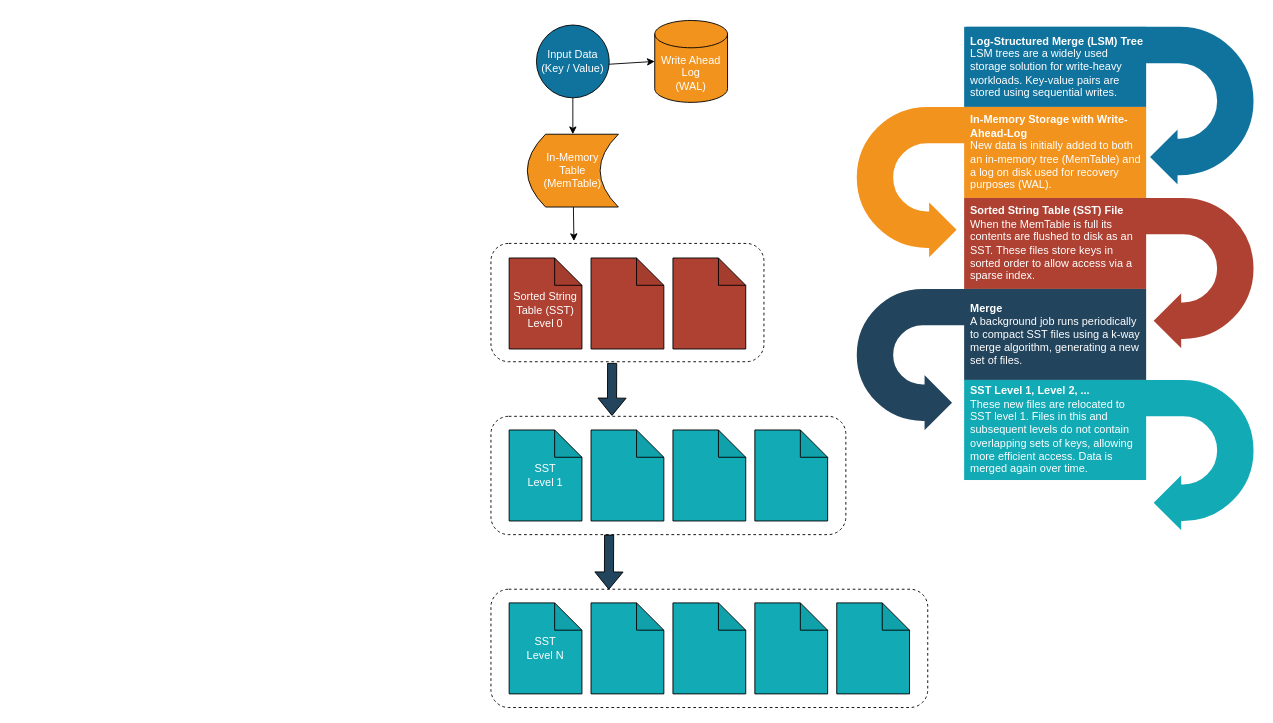
Above: page "Data Structures" (1 of 4) of docs/lsm.drawio in justinethier/keyva (draw.io), before the change. Source tidied: cells renumbered, new cells numbered last; positions are measured from the earlier drawing's top-left corner, leaving out a move shared by most shapes. Both pictures are drawn from the tidied source at 91%, with x=0, y=0 at pixel (490, 20).
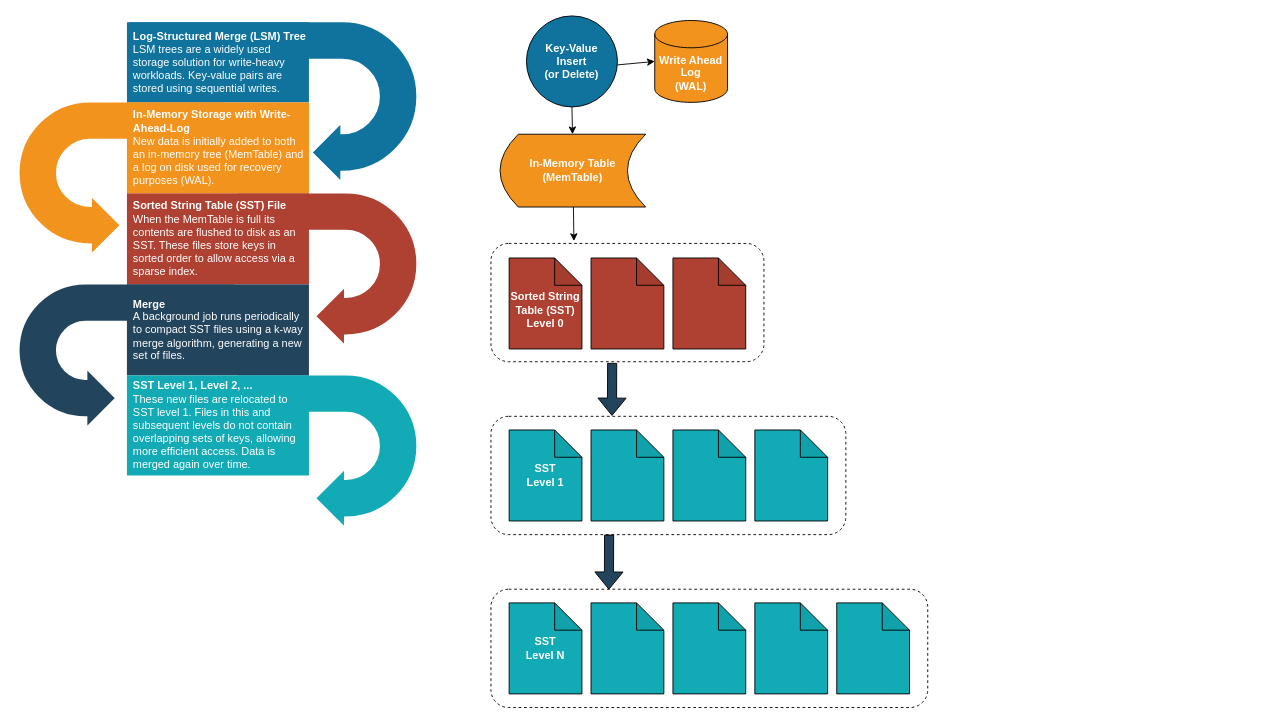
The same diagram, later.

Commit message (it also covers changes not shown here):
Re-arrange diagram

Change to the diagram source:
```diff
@@
-    <mxCell id="2" value="Write Ahead Log&lt;br style=&quot;font-size: 12px;&quot;&gt;(WAL)" style="shape=cylinder3;whiteSpace=wrap;html=1;boundedLbl=1;backgroundOutline=1;size=15;fillColor=#F2931E;fontColor=#FFFFFF;fontSize=12;" parent="1" vertex="1">
+    <mxCell id="2" value="Write Ahead Log&lt;br style=&quot;font-size: 12px;&quot;&gt;(WAL)" style="shape=cylinder3;whiteSpace=wrap;html=1;boundedLbl=1;backgroundOutline=1;size=15;fillColor=#F2931E;fontColor=#FFFFFF;fontSize=12;fontStyle=1;" parent="1" vertex="1">
       <mxGeometry x="180" width="80" height="90" as="geometry" />
     </mxCell>
-    <mxCell id="3" value="In-Memory &lt;br style=&quot;font-size: 12px;&quot;&gt;Table&lt;br style=&quot;font-size: 12px;&quot;&gt;(MemTable)" style="shape=dataStorage;whiteSpace=wrap;html=1;fixedSize=1;fillColor=#F2931E;fontColor=#FFFFFF;fontSize=12;" parent="1" vertex="1">
-      <mxGeometry x="40" y="125" width="100" height="80" as="geometry" />
+    <mxCell id="3" value="In-Memory Table&lt;br style=&quot;font-size: 12px&quot;&gt;(MemTable)" style="shape=dataStorage;whiteSpace=wrap;html=1;fixedSize=1;fillColor=#F2931E;fontColor=#FFFFFF;fontSize=12;fontStyle=1;" parent="1" vertex="1">
+      <mxGeometry x="10" y="125" width="160" height="80" as="geometry" />
     </mxCell>
-    <mxCell id="4" value="Input Data&lt;br style=&quot;font-size: 12px;&quot;&gt;(Key / Value)" style="ellipse;whiteSpace=wrap;html=1;fillColor=#10739E;fontColor=#FFFFFF;fontSize=12;" parent="1" vertex="1">
-      <mxGeometry x="50" y="5" width="80" height="80" as="geometry" />
+    <mxCell id="4" value="&lt;div&gt;Key-Value&lt;/div&gt;&lt;div&gt;Insert&lt;/div&gt;&lt;div&gt;(or Delete)&lt;br&gt;&lt;/div&gt;" style="ellipse;whiteSpace=wrap;html=1;fillColor=#10739E;fontColor=#FFFFFF;fontSize=12;fontStyle=1;" parent="1" vertex="1">
+      <mxGeometry x="39" y="-5" width="100" height="100" as="geometry" />
     </mxCell>
@@
-    <mxCell id="8" value="&lt;div style=&quot;font-size: 12px;&quot;&gt;&lt;br style=&quot;font-size: 12px;&quot;&gt;&lt;/div&gt;&lt;div style=&quot;font-size: 12px;&quot;&gt;Sorted String Table (SST)&lt;br style=&quot;font-size: 12px;&quot;&gt;&lt;/div&gt;&lt;div style=&quot;font-size: 12px;&quot;&gt;Level 0&lt;br style=&quot;font-size: 12px;&quot;&gt;&lt;/div&gt;" style="shape=note;whiteSpace=wrap;html=1;backgroundOutline=1;darkOpacity=0.05;fillColor=#AE4132;fontColor=#FFFFFF;fontSize=12;" parent="1" vertex="1">
+    <mxCell id="8" value="&lt;div style=&quot;font-size: 12px;&quot;&gt;&lt;br style=&quot;font-size: 12px;&quot;&gt;&lt;/div&gt;&lt;div style=&quot;font-size: 12px;&quot;&gt;Sorted String Table (SST)&lt;br style=&quot;font-size: 12px;&quot;&gt;&lt;/div&gt;&lt;div style=&quot;font-size: 12px;&quot;&gt;Level 0&lt;br style=&quot;font-size: 12px;&quot;&gt;&lt;/div&gt;" style="shape=note;whiteSpace=wrap;html=1;backgroundOutline=1;darkOpacity=0.05;fillColor=#AE4132;fontColor=#FFFFFF;fontSize=12;fontStyle=1;" parent="1" vertex="1">
       <mxGeometry x="20" y="261" width="80" height="100" as="geometry" />
     </mxCell>
@@
-    <mxCell id="12" value="&lt;div style=&quot;font-size: 12px;&quot;&gt;SST&lt;/div&gt;&lt;div style=&quot;font-size: 12px;&quot;&gt;Level 1&lt;br style=&quot;font-size: 12px;&quot;&gt;&lt;/div&gt;" style="shape=note;whiteSpace=wrap;html=1;backgroundOutline=1;darkOpacity=0.05;fontColor=#FFFFFF;fillColor=#12AAB5;fontSize=12;" parent="1" vertex="1">
+    <mxCell id="12" value="&lt;div style=&quot;font-size: 12px;&quot;&gt;SST&lt;/div&gt;&lt;div style=&quot;font-size: 12px;&quot;&gt;Level 1&lt;br style=&quot;font-size: 12px;&quot;&gt;&lt;/div&gt;" style="shape=note;whiteSpace=wrap;html=1;backgroundOutline=1;darkOpacity=0.05;fontColor=#FFFFFF;fillColor=#12AAB5;fontSize=12;fontStyle=1;" parent="1" vertex="1">
       <mxGeometry x="20" y="450" width="80" height="100" as="geometry" />
     </mxCell>
@@
     <mxCell id="14" style="html=1;shadow=0;dashed=0;align=center;verticalAlign=middle;shape=mxgraph.arrows2.uTurnArrow;dy=22;arrowHead=70;dx2=35;strokeColor=#ffffff;fillColor=#12AAB5;fontSize=12;fontColor=#3333FF;flipH=1;flipV=1;strokeWidth=4;" parent="1" vertex="1">
-      <mxGeometry x="640" y="393" width="200" height="172" as="geometry" />
+      <mxGeometry x="-280" y="388" width="200" height="172" as="geometry" />
     </mxCell>
     <mxCell id="15" style="html=1;shadow=0;dashed=0;align=center;verticalAlign=middle;shape=mxgraph.arrows2.uTurnArrow;dy=22;arrowHead=70;dx2=35;strokeColor=#ffffff;fillColor=#23445D;fontSize=12;fontColor=#3333FF;flipV=1;strokeWidth=4;" parent="1" vertex="1">
-      <mxGeometry x="400" y="293" width="240" height="162" as="geometry" />
+      <mxGeometry x="-520" y="288" width="240" height="162" as="geometry" />
     </mxCell>
     <mxCell id="16" style="html=1;shadow=0;dashed=0;align=center;verticalAlign=middle;shape=mxgraph.arrows2.uTurnArrow;dy=22;arrowHead=70;dx2=35;strokeColor=#ffffff;fillColor=#AE4132;fontSize=12;fontColor=#3333FF;flipH=1;flipV=1;strokeWidth=4;" parent="1" vertex="1">
-      <mxGeometry x="640" y="193" width="200" height="172" as="geometry" />
+      <mxGeometry x="-280" y="188" width="200" height="172" as="geometry" />
     </mxCell>
     <mxCell id="17" style="html=1;shadow=0;dashed=0;align=center;verticalAlign=middle;shape=mxgraph.arrows2.uTurnArrow;dy=22;arrowHead=70;dx2=35;strokeColor=#ffffff;fillColor=#F2931E;fontSize=12;fontColor=#3333FF;flipV=1;strokeWidth=4;labelBorderColor=default;" parent="1" vertex="1">
-      <mxGeometry x="400" y="93" width="230" height="172" as="geometry" />
+      <mxGeometry x="-520" y="88" width="230" height="172" as="geometry" />
     </mxCell>
     <mxCell id="18" style="html=1;shadow=0;dashed=0;align=center;verticalAlign=middle;shape=mxgraph.arrows2.uTurnArrow;dy=22;arrowHead=70;dx2=35;strokeColor=#ffffff;fillColor=#10739E;fontSize=12;fontColor=#3333FF;flipH=1;flipV=1;strokeWidth=4;" parent="1" vertex="1">
-      <mxGeometry x="520" y="5" width="320" height="180" as="geometry" />
+      <mxGeometry x="-400" width="320" height="180" as="geometry" />
     </mxCell>
     <mxCell id="19" value="&lt;b style=&quot;font-size: 12px;&quot;&gt;Log-Structured Merge (LSM) Tree&lt;/b&gt;&lt;br style=&quot;font-size: 12px;&quot;&gt;LSM trees are a widely used storage solution for write-heavy workloads. Key-value pairs are stored using sequential writes." style="rounded=0;whiteSpace=wrap;shadow=0;strokeColor=none;strokeWidth=6;fillColor=#10739E;fontSize=12;fontColor=#FFFFFF;align=left;html=1;spacingLeft=5;" parent="1" vertex="1">
-      <mxGeometry x="520" y="7" width="200" height="88" as="geometry" />
+      <mxGeometry x="-400" y="2" width="200" height="88" as="geometry" />
     </mxCell>
     <mxCell id="20" value="&lt;b style=&quot;font-size: 12px;&quot;&gt;In-Memory Storage with Write-Ahead-Log&lt;/b&gt;&lt;br style=&quot;font-size: 12px;&quot;&gt;New data is initially added to both an in-memory tree (MemTable) and a log on disk used for recovery purposes (WAL)." style="rounded=0;whiteSpace=wrap;shadow=0;strokeColor=none;strokeWidth=6;fillColor=#F2931E;fontSize=12;fontColor=#FFFFFF;align=left;html=1;spacingLeft=5;" parent="1" vertex="1">
-      <mxGeometry x="520" y="95" width="200" height="100" as="geometry" />
+      <mxGeometry x="-400" y="90" width="200" height="100" as="geometry" />
     </mxCell>
     <mxCell id="21" value="&lt;b style=&quot;font-size: 12px&quot;&gt;Sorted String Table (SST) File&lt;/b&gt;&lt;br style=&quot;font-size: 12px&quot;&gt;When the MemTable is full its contents are flushed to disk as an SST. These files store keys in sorted order to allow access via a sparse index." style="rounded=0;whiteSpace=wrap;shadow=0;strokeColor=none;strokeWidth=6;fillColor=#AE4132;fontSize=12;fontColor=#FFFFFF;align=left;html=1;spacingLeft=5;" parent="1" vertex="1">
-      <mxGeometry x="520" y="195" width="200" height="100" as="geometry" />
+      <mxGeometry x="-400" y="190" width="200" height="100" as="geometry" />
     </mxCell>
     <mxCell id="22" value="&lt;b style=&quot;font-size: 12px;&quot;&gt;Merge&lt;/b&gt;&lt;br style=&quot;font-size: 12px;&quot;&gt;A background job runs periodically to compact SST files using a k-way merge algorithm, generating a new set of files." style="rounded=0;whiteSpace=wrap;shadow=0;strokeColor=none;strokeWidth=6;fillColor=#23445D;fontSize=12;fontColor=#FFFFFF;align=left;html=1;spacingLeft=5;" parent="1" vertex="1">
-      <mxGeometry x="520" y="295" width="200" height="100" as="geometry" />
+      <mxGeometry x="-400" y="290" width="200" height="100" as="geometry" />
     </mxCell>
     <mxCell id="23" value="&lt;b style=&quot;font-size: 12px&quot;&gt;SST Level 1, Level 2, ...&lt;/b&gt;&lt;br style=&quot;font-size: 12px&quot;&gt;These new files are relocated to SST level 1. Files in this and subsequent levels do not contain overlapping sets of keys, allowing more efficient access. Data is merged again over time." style="rounded=0;whiteSpace=wrap;shadow=0;strokeColor=none;strokeWidth=6;fillColor=#12AAB5;fontSize=12;fontColor=#FFFFFF;align=left;html=1;spacingLeft=5;" parent="1" vertex="1">
-      <mxGeometry x="520" y="395" width="200" height="110" as="geometry" />
+      <mxGeometry x="-400" y="390" width="200" height="110" as="geometry" />
     </mxCell>
+    <mxCell id="25" style="rounded=1;whiteSpace=wrap;html=1;fillColor=none;dashed=1;" parent="1" vertex="1">
+      <mxGeometry y="245" width="300" height="130" as="geometry" />
+    </mxCell>
@@
-    <mxCell id="25" style="rounded=1;whiteSpace=wrap;html=1;fillColor=none;dashed=1;" parent="1" vertex="1">
-      <mxGeometry y="245" width="300" height="130" as="geometry" />
-    </mxCell>
@@
-    <mxCell id="32" value="&lt;div style=&quot;font-size: 12px;&quot;&gt;SST&lt;/div&gt;&lt;div style=&quot;font-size: 12px;&quot;&gt;Level N&lt;/div&gt;" style="shape=note;whiteSpace=wrap;html=1;backgroundOutline=1;darkOpacity=0.05;fontColor=#FFFFFF;fillColor=#12AAB5;fontSize=12;" parent="1" vertex="1">
+    <mxCell id="32" value="&lt;div style=&quot;font-size: 12px;&quot;&gt;SST&lt;/div&gt;&lt;div style=&quot;font-size: 12px;&quot;&gt;Level N&lt;/div&gt;" style="shape=note;whiteSpace=wrap;html=1;backgroundOutline=1;darkOpacity=0.05;fontColor=#FFFFFF;fillColor=#12AAB5;fontSize=12;fontStyle=1;" parent="1" vertex="1">
       <mxGeometry x="20" y="640" width="80" height="100" as="geometry" />
     </mxCell>
```
